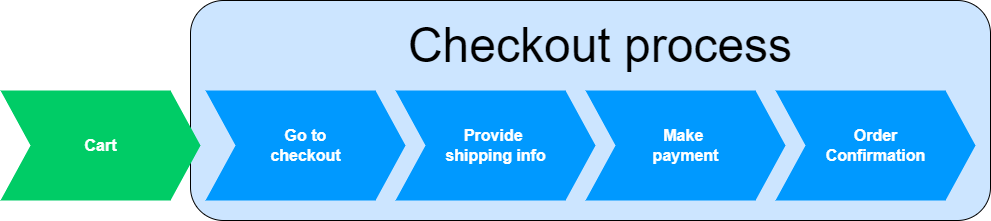
Earlier version of the draw.io export Developer Education/Presentation/public/drawiodiagrams/checkout-process.png (LitiumAB/Education). Source tidied: cells renumbered, new cells last; positions are measured from the earlier drawing's top-left corner, leaving out a move shared by most shapes.
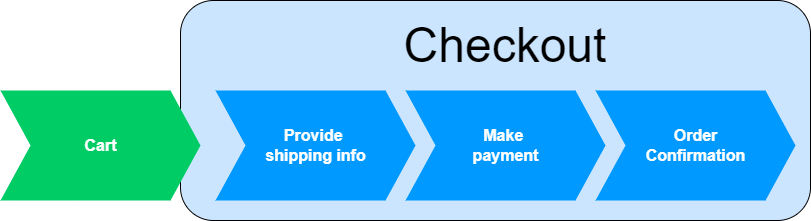
Above is the later version.

Commit message:
Adjusted sales slides

Change to the diagram source:
```diff
@@ -3,11 +3,8 @@
     <mxCell id="0" />
     <mxCell id="1" parent="0" />
     <mxCell id="2" style="rounded=1;whiteSpace=wrap;html=1;fillColor=#CCE5FF;" parent="1" vertex="1">
-      <mxGeometry x="190" width="800" height="220" as="geometry" />
+      <mxGeometry x="360" width="630" height="220" as="geometry" />
     </mxCell>
-    <mxCell id="3" value="Go to&lt;br&gt;checkout" style="html=1;shadow=0;dashed=0;align=center;verticalAlign=middle;shape=mxgraph.arrows2.arrow;dy=0;dx=30;notch=30;fillColor=#0099FF;fontSize=16;fontStyle=1;fontColor=#FFFFFF;strokeColor=none;" parent="1" vertex="1">
-      <mxGeometry x="205" y="90" width="200" height="110" as="geometry" />
-    </mxCell>
     <mxCell id="4" value="Provide &lt;br&gt;shipping info" style="html=1;shadow=0;dashed=0;align=center;verticalAlign=middle;shape=mxgraph.arrows2.arrow;dy=0;dx=30;notch=30;fillColor=#0099FF;fontSize=16;fontStyle=1;fontColor=#FFFFFF;strokeColor=none;" parent="1" vertex="1">
       <mxGeometry x="395" y="90" width="200" height="110" as="geometry" />
     </mxCell>
@@ -18,10 +15,10 @@
       <mxGeometry x="775" y="90" width="200" height="110" as="geometry" />
     </mxCell>
     <mxCell id="7" value="Cart" style="html=1;shadow=0;dashed=0;align=center;verticalAlign=middle;shape=mxgraph.arrows2.arrow;dy=0;dx=30;notch=30;fillColor=#00CC66;fontSize=16;fontStyle=1;fontColor=#FFFFFF;strokeColor=none;" parent="1" vertex="1">
-      <mxGeometry y="90" width="200" height="110" as="geometry" />
+      <mxGeometry x="180" y="90" width="200" height="110" as="geometry" />
     </mxCell>
-    <mxCell id="8" value="&lt;font style=&quot;font-size: 48px;&quot;&gt;Checkout process&lt;/font&gt;" style="text;html=1;strokeColor=none;fillColor=none;align=center;verticalAlign=middle;whiteSpace=wrap;rounded=0;" parent="1" vertex="1">
-      <mxGeometry x="340" y="30" width="520" height="30" as="geometry" />
+    <mxCell id="8" value="&lt;font style=&quot;font-size: 48px;&quot;&gt;Checkout&lt;/font&gt;" style="text;html=1;strokeColor=none;fillColor=none;align=center;verticalAlign=middle;whiteSpace=wrap;rounded=0;" parent="1" vertex="1">
+      <mxGeometry x="425" y="30" width="520" height="30" as="geometry" />
     </mxCell>
   </root>
 </mxGraphModel>
```
